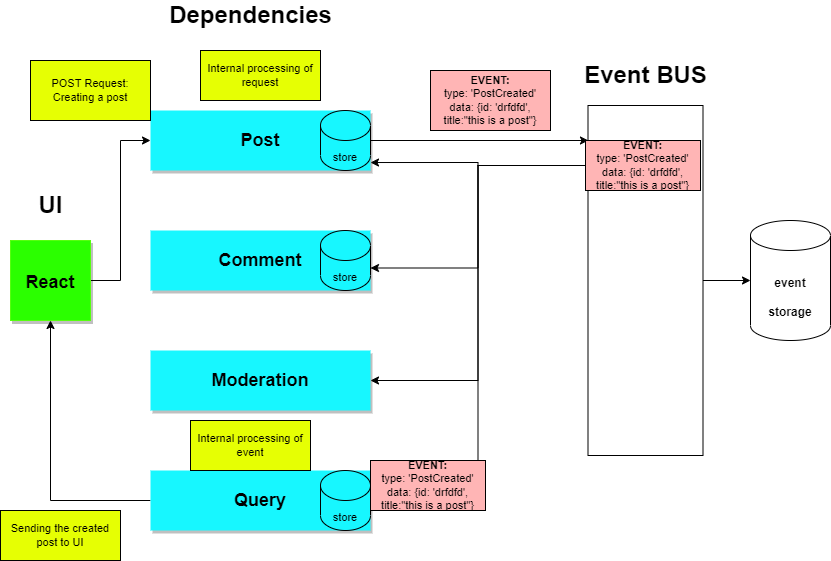
The draw.io diagram readme-images/Service-explanantion.png in berkan-alci/node.js-microservices-explained, before a commit. Source tidied: cells renumbered, new cells last; positions are measured from the earlier drawing's top-left corner, leaving out a move shared by most shapes. The source it was exported from:
```xml
<mxGraphModel>
  <root>
    <mxCell id="0" />
    <mxCell id="1" parent="0" />
    <mxCell id="2" style="edgeStyle=orthogonalEdgeStyle;rounded=0;jettySize=auto;html=1;fontSize=12;" parent="1" edge="1" source="3" target="5">
      <mxGeometry relative="1" as="geometry" />
    </mxCell>
    <mxCell id="3" style="rounded=0;whiteSpace=wrap;html=1;rotation=90;" parent="1" vertex="1">
      <mxGeometry x="470" y="222.5" width="350" height="115" as="geometry" />
    </mxCell>
    <mxCell id="4" value="&lt;b&gt;&lt;font style=&quot;font-size: 24px&quot;&gt;Event BUS&lt;/font&gt;&lt;/b&gt;" style="text;html=1;align=center;verticalAlign=middle;strokeColor=none;fillColor=none;" parent="1" vertex="1">
      <mxGeometry x="575" y="65" width="140" height="20" as="geometry" />
    </mxCell>
    <mxCell id="5" value="&lt;b&gt;&lt;font style=&quot;font-size: 12px&quot;&gt;event storage&lt;/font&gt;&lt;/b&gt;" style="shape=cylinder3;whiteSpace=wrap;html=1;boundedLbl=1;backgroundOutline=1;size=15;fontSize=24;" parent="1" vertex="1">
      <mxGeometry x="750" y="220" width="80" height="120" as="geometry" />
    </mxCell>
    <mxCell id="6" value="&lt;b&gt;&lt;font style=&quot;font-size: 18px&quot;&gt;Post&lt;/font&gt;&lt;/b&gt;" style="rounded=0;whiteSpace=wrap;html=1;fontSize=12;shadow=1;fillColor=#17F7FF;strokeColor=none;" parent="1" vertex="1">
      <mxGeometry x="150" y="110" width="220" height="60" as="geometry" />
    </mxCell>
    <mxCell id="7" value="&lt;b&gt;&lt;font style=&quot;font-size: 18px&quot;&gt;Comment&lt;/font&gt;&lt;/b&gt;" style="rounded=0;whiteSpace=wrap;html=1;fontSize=12;shadow=1;fillColor=#17F7FF;strokeColor=none;" parent="1" vertex="1">
      <mxGeometry x="150" y="230" width="220" height="60" as="geometry" />
    </mxCell>
    <mxCell id="8" value="&lt;b&gt;&lt;font style=&quot;font-size: 18px&quot;&gt;Moderation&lt;/font&gt;&lt;/b&gt;" style="rounded=0;whiteSpace=wrap;html=1;fontSize=12;shadow=1;fillColor=#17F7FF;strokeColor=none;" parent="1" vertex="1">
      <mxGeometry x="150" y="350" width="220" height="60" as="geometry" />
    </mxCell>
    <mxCell id="9" value="&lt;b&gt;&lt;font style=&quot;font-size: 24px&quot;&gt;Dependencies&lt;/font&gt;&lt;/b&gt;" style="text;html=1;align=center;verticalAlign=middle;strokeColor=none;fillColor=none;fontSize=18;" parent="1" vertex="1">
      <mxGeometry x="160" width="180" height="30" as="geometry" />
    </mxCell>
    <mxCell id="10" style="edgeStyle=orthogonalEdgeStyle;rounded=0;jettySize=auto;html=1;entryX=0.5;entryY=1;entryDx=0;entryDy=0;fontSize=11;" parent="1" edge="1" source="11" target="13">
      <mxGeometry relative="1" as="geometry" />
    </mxCell>
    <mxCell id="11" value="&lt;b&gt;&lt;font style=&quot;font-size: 18px&quot;&gt;Query&lt;/font&gt;&lt;/b&gt;" style="rounded=0;whiteSpace=wrap;html=1;fontSize=12;shadow=1;fillColor=#17F7FF;strokeColor=none;" parent="1" vertex="1">
      <mxGeometry x="150" y="470" width="220" height="60" as="geometry" />
    </mxCell>
    <mxCell id="12" style="edgeStyle=orthogonalEdgeStyle;rounded=0;jettySize=auto;html=1;entryX=0;entryY=0.5;entryDx=0;entryDy=0;fontSize=11;" parent="1" edge="1" source="13" target="6">
      <mxGeometry relative="1" as="geometry" />
    </mxCell>
    <mxCell id="13" value="&lt;b&gt;&lt;font style=&quot;font-size: 18px&quot;&gt;React&lt;/font&gt;&lt;/b&gt;" style="whiteSpace=wrap;html=1;shadow=1;fontSize=24;strokeColor=#57FF0F;fillColor=#2BFF00;" parent="1" vertex="1">
      <mxGeometry x="10" y="240" width="80" height="80" as="geometry" />
    </mxCell>
    <mxCell id="14" value="&lt;b&gt;&lt;font style=&quot;font-size: 24px&quot;&gt;UI&lt;/font&gt;&lt;/b&gt;" style="text;html=1;align=center;verticalAlign=middle;strokeColor=none;fillColor=none;fontSize=18;" parent="1" vertex="1">
      <mxGeometry x="30" y="190" width="40" height="30" as="geometry" />
    </mxCell>
    <mxCell id="15" style="edgeStyle=orthogonalEdgeStyle;rounded=0;jettySize=auto;html=1;entryX=0.1;entryY=0.996;entryDx=0;entryDy=0;entryPerimeter=0;fontSize=11;" parent="1" edge="1" source="16" target="3">
      <mxGeometry relative="1" as="geometry" />
    </mxCell>
    <mxCell id="16" value="&lt;font style=&quot;font-size: 11px&quot;&gt;store&lt;/font&gt;" style="shape=cylinder3;whiteSpace=wrap;html=1;boundedLbl=1;backgroundOutline=1;size=15;shadow=0;fontSize=24;strokeColor=#000000;fillColor=none;" parent="1" vertex="1">
      <mxGeometry x="320" y="110" width="50" height="60" as="geometry" />
    </mxCell>
    <mxCell id="17" value="&lt;font style=&quot;font-size: 11px&quot;&gt;store&lt;/font&gt;" style="shape=cylinder3;whiteSpace=wrap;html=1;boundedLbl=1;backgroundOutline=1;size=15;shadow=0;fontSize=24;strokeColor=#000000;fillColor=none;" parent="1" vertex="1">
      <mxGeometry x="320" y="230" width="50" height="60" as="geometry" />
    </mxCell>
    <mxCell id="18" value="&lt;font style=&quot;font-size: 11px&quot;&gt;store&lt;/font&gt;" style="shape=cylinder3;whiteSpace=wrap;html=1;boundedLbl=1;backgroundOutline=1;size=15;shadow=0;fontSize=24;strokeColor=#000000;fillColor=none;" parent="1" vertex="1">
      <mxGeometry x="320" y="470" width="50" height="60" as="geometry" />
    </mxCell>
    <mxCell id="19" value="POST Request:&lt;br&gt;Creating a post" style="rounded=0;whiteSpace=wrap;html=1;shadow=0;fontSize=11;strokeColor=#000000;fillColor=#E6FF03;" parent="1" vertex="1">
      <mxGeometry x="30" y="60" width="120" height="60" as="geometry" />
    </mxCell>
    <mxCell id="20" value="Internal processing of request" style="rounded=0;whiteSpace=wrap;html=1;shadow=0;fontSize=11;strokeColor=#000000;fillColor=#E6FF03;" parent="1" vertex="1">
      <mxGeometry x="200" y="50" width="120" height="50" as="geometry" />
    </mxCell>
    <mxCell id="21" value="&lt;b&gt;EVENT:&lt;br&gt;&lt;/b&gt;type: 'PostCreated'&lt;br&gt;data: {id: 'drfdfd', title:&quot;this is a post&quot;}" style="rounded=0;whiteSpace=wrap;html=1;shadow=0;fontSize=11;strokeColor=#000000;fillColor=#FFB5B5;" parent="1" vertex="1">
      <mxGeometry x="430" y="70" width="120" height="60" as="geometry" />
    </mxCell>
    <mxCell id="22" style="edgeStyle=orthogonalEdgeStyle;rounded=0;jettySize=auto;html=1;entryX=1;entryY=0.867;entryDx=0;entryDy=0;entryPerimeter=0;fontSize=11;" parent="1" edge="1" source="26" target="16">
      <mxGeometry relative="1" as="geometry" />
    </mxCell>
    <mxCell id="23" style="edgeStyle=orthogonalEdgeStyle;rounded=0;jettySize=auto;html=1;entryX=1;entryY=0;entryDx=0;entryDy=37.5;entryPerimeter=0;fontSize=11;" parent="1" edge="1" source="26" target="17">
      <mxGeometry relative="1" as="geometry" />
    </mxCell>
    <mxCell id="24" style="edgeStyle=orthogonalEdgeStyle;rounded=0;jettySize=auto;html=1;entryX=1;entryY=0.5;entryDx=0;entryDy=0;fontSize=11;" parent="1" edge="1" source="26" target="8">
      <mxGeometry relative="1" as="geometry" />
    </mxCell>
    <mxCell id="25" style="edgeStyle=orthogonalEdgeStyle;rounded=0;jettySize=auto;html=1;entryX=1;entryY=0.5;entryDx=0;entryDy=0;entryPerimeter=0;fontSize=11;" parent="1" edge="1" source="26" target="18">
      <mxGeometry relative="1" as="geometry" />
    </mxCell>
    <mxCell id="26" value="&lt;b&gt;EVENT:&lt;br&gt;&lt;/b&gt;type: 'PostCreated'&lt;br&gt;data: {id: 'drfdfd', title:&quot;this is a post&quot;}" style="rounded=0;whiteSpace=wrap;html=1;shadow=0;fontSize=11;strokeColor=#000000;fillColor=#FFB5B5;" parent="1" vertex="1">
      <mxGeometry x="585" y="140" width="115" height="50" as="geometry" />
    </mxCell>
    <mxCell id="27" value="&lt;b&gt;EVENT:&lt;br&gt;&lt;/b&gt;type: 'PostCreated'&lt;br&gt;data: {id: 'drfdfd', title:&quot;this is a post&quot;}" style="rounded=0;whiteSpace=wrap;html=1;shadow=0;fontSize=11;strokeColor=#000000;fillColor=#FFB5B5;" parent="1" vertex="1">
      <mxGeometry x="370" y="460" width="115" height="50" as="geometry" />
    </mxCell>
    <mxCell id="28" value="Internal processing of event" style="rounded=0;whiteSpace=wrap;html=1;shadow=0;fontSize=11;strokeColor=#000000;fillColor=#E6FF03;" parent="1" vertex="1">
      <mxGeometry x="190" y="420" width="120" height="50" as="geometry" />
    </mxCell>
    <mxCell id="29" value="Sending the created post to UI" style="rounded=0;whiteSpace=wrap;html=1;shadow=0;fontSize=11;strokeColor=#000000;fillColor=#E6FF03;" parent="1" vertex="1">
      <mxGeometry y="510" width="120" height="50" as="geometry" />
    </mxCell>
  </root>
</mxGraphModel>
```
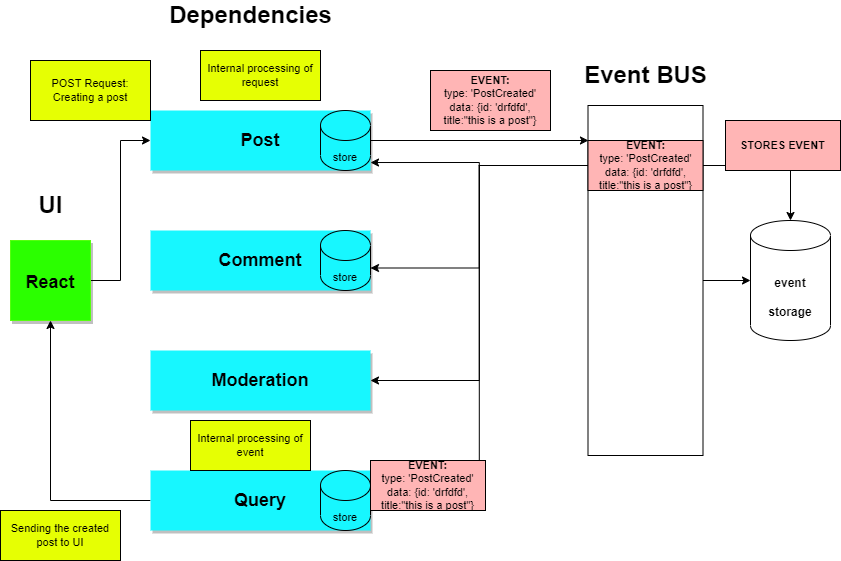
Later version of the same file.

The edit, as a diff of the source:
```diff
@@ -74,8 +74,11 @@
     <mxCell id="25" style="edgeStyle=orthogonalEdgeStyle;rounded=0;jettySize=auto;html=1;entryX=1;entryY=0.5;entryDx=0;entryDy=0;entryPerimeter=0;fontSize=11;" parent="1" edge="1" source="26" target="18">
       <mxGeometry relative="1" as="geometry" />
     </mxCell>
+    <mxCell id="30" style="edgeStyle=orthogonalEdgeStyle;rounded=0;jettySize=auto;html=1;fontSize=11;" parent="1" edge="1" source="26" target="5">
+      <mxGeometry relative="1" as="geometry" />
+    </mxCell>
     <mxCell id="26" value="&lt;b&gt;EVENT:&lt;br&gt;&lt;/b&gt;type: 'PostCreated'&lt;br&gt;data: {id: 'drfdfd', title:&quot;this is a post&quot;}" style="rounded=0;whiteSpace=wrap;html=1;shadow=0;fontSize=11;strokeColor=#000000;fillColor=#FFB5B5;" parent="1" vertex="1">
-      <mxGeometry x="585" y="140" width="115" height="50" as="geometry" />
+      <mxGeometry x="587.5" y="140" width="115" height="50" as="geometry" />
     </mxCell>
     <mxCell id="27" value="&lt;b&gt;EVENT:&lt;br&gt;&lt;/b&gt;type: 'PostCreated'&lt;br&gt;data: {id: 'drfdfd', title:&quot;this is a post&quot;}" style="rounded=0;whiteSpace=wrap;html=1;shadow=0;fontSize=11;strokeColor=#000000;fillColor=#FFB5B5;" parent="1" vertex="1">
       <mxGeometry x="370" y="460" width="115" height="50" as="geometry" />
@@ -86,5 +89,8 @@
     <mxCell id="29" value="Sending the created post to UI" style="rounded=0;whiteSpace=wrap;html=1;shadow=0;fontSize=11;strokeColor=#000000;fillColor=#E6FF03;" parent="1" vertex="1">
       <mxGeometry y="510" width="120" height="50" as="geometry" />
     </mxCell>
+    <mxCell id="31" value="&lt;b&gt;STORES EVENT&lt;/b&gt;" style="rounded=0;whiteSpace=wrap;html=1;shadow=0;fontSize=11;strokeColor=#000000;fillColor=#FFB5B5;" parent="1" vertex="1">
+      <mxGeometry x="725" y="120" width="115" height="50" as="geometry" />
+    </mxCell>
   </root>
 </mxGraphModel>
```
